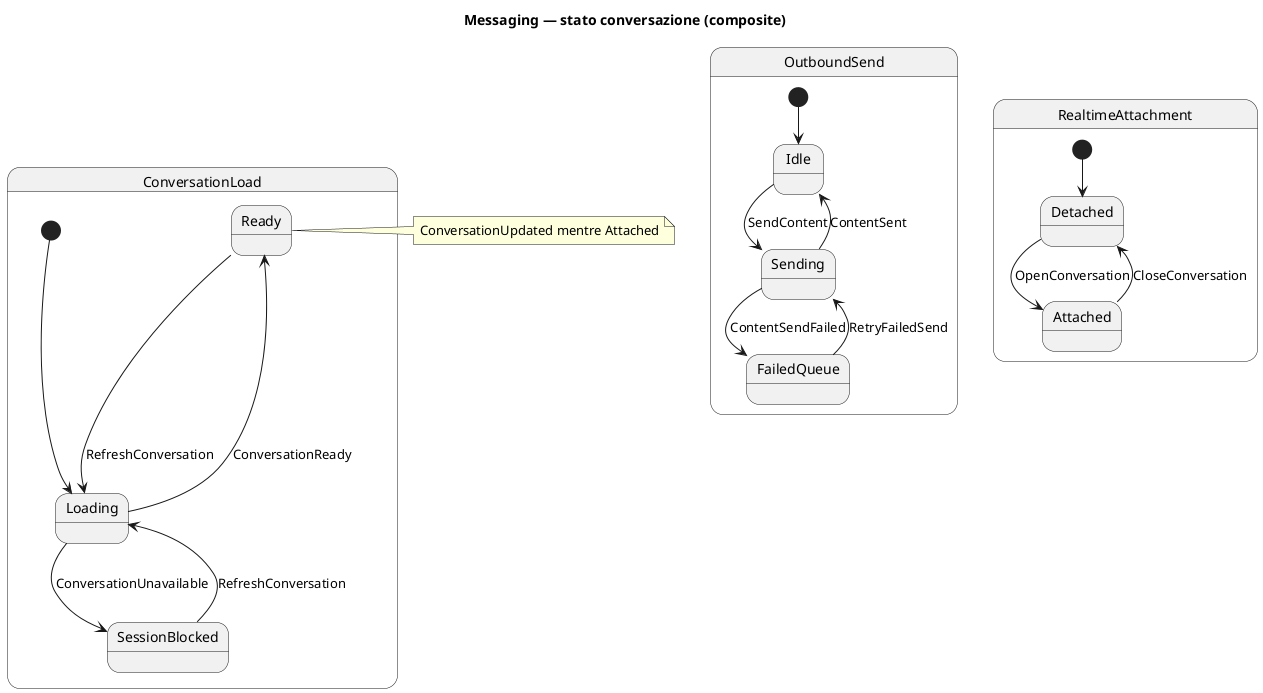
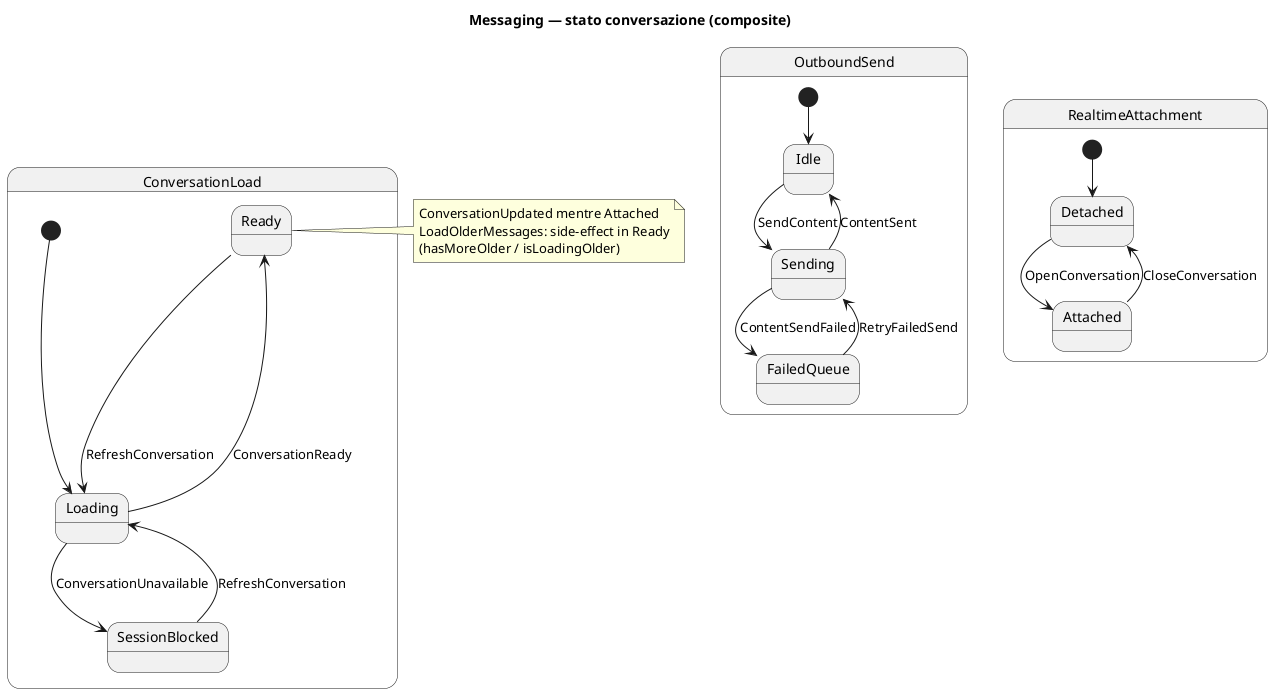
@startuml messaging-state
' Context: messaging
' Profile: client
' Revision: 2026-07-19
' Statechart: ConversationLoadMachine, OutboundSendMachine, RealtimeAttachmentMachine

title Messaging — stato conversazione (composite)

state ConversationLoad {
  state Loading
  state Ready
  state SessionBlocked

  [*] --> Loading
  Loading --> Ready : ConversationReady
  Loading --> SessionBlocked : ConversationUnavailable
  Ready --> Loading : RefreshConversation
  SessionBlocked --> Loading : RefreshConversation
}

state OutboundSend {
  state Idle
  state Sending
  state FailedQueue

  [*] --> Idle
  Idle --> Sending : SendContent
  Sending --> Idle : ContentSent
  Sending --> FailedQueue : ContentSendFailed
  FailedQueue --> Sending : RetryFailedSend
}

state RealtimeAttachment {
  state Detached
  state Attached

  [*] --> Detached
  Detached --> Attached : OpenConversation
  Attached --> Detached : CloseConversation
}

note right of Ready
  ConversationUpdated mentre Attached
+   LoadOlderMessages: side-effect in Ready
+   (hasMoreOlder / isLoadingOlder)
end note

@enduml
